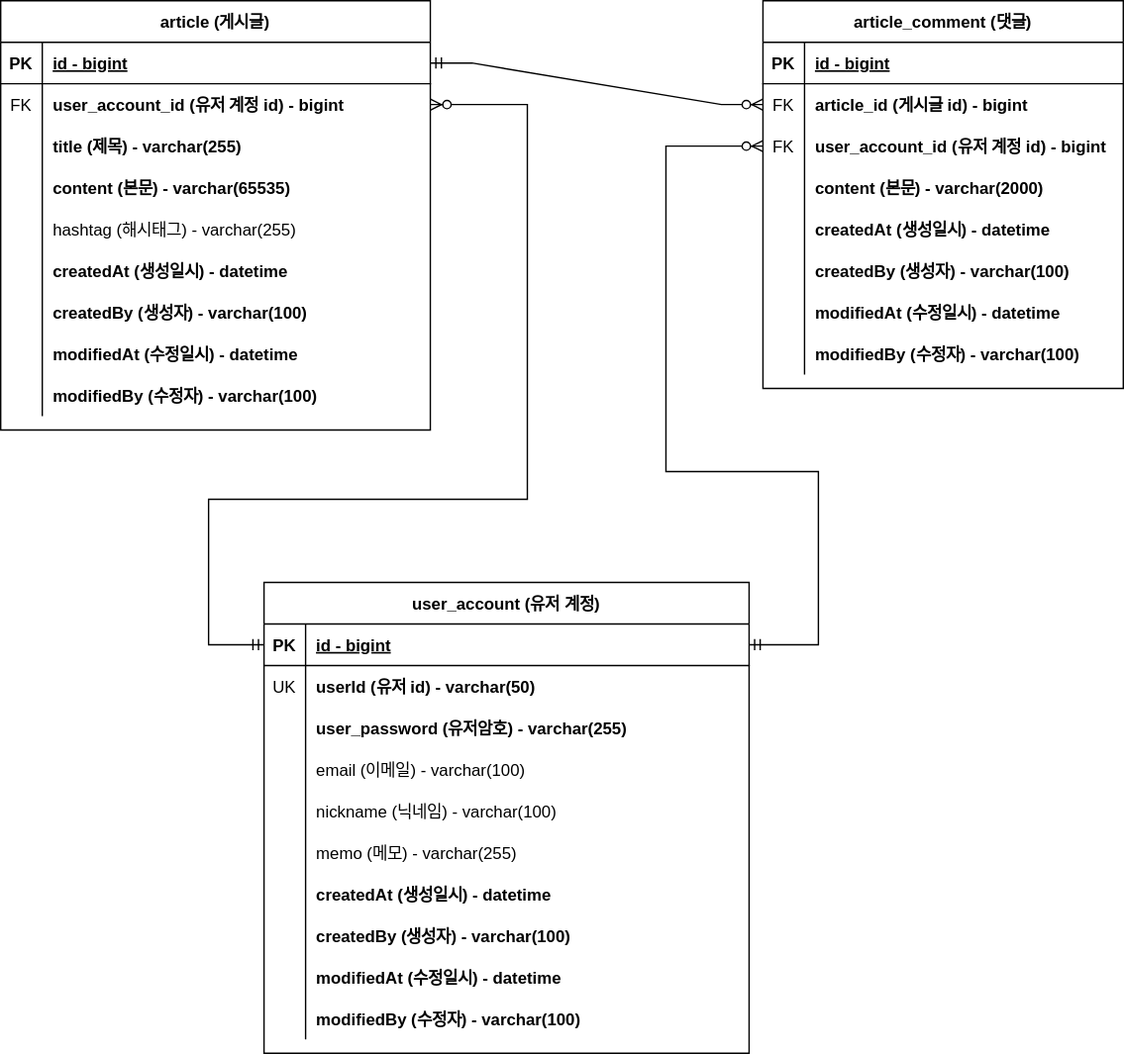
Earlier version of the draw.io export document/project-board-erd.svg (qwer7824/fastcampus-project-board). Source tidied: cells renumbered, new cells last; positions are measured from the earlier drawing's top-left corner, leaving out a move shared by most shapes.
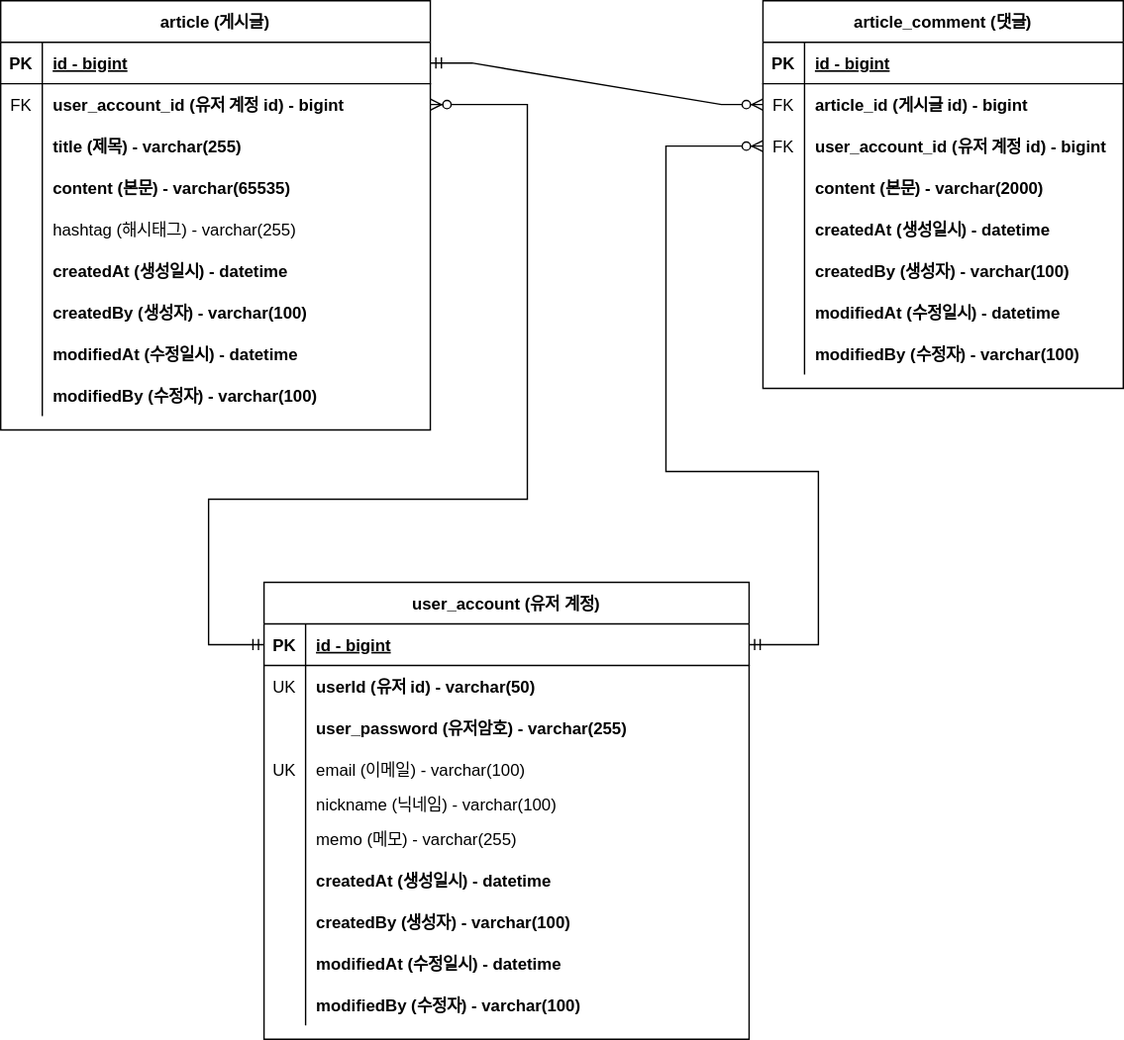
The same diagram one commit later.

Commit message:
#27 - erd 업데이트: 회원 계정 도메인의 이메일에 유니크 키 추가

The edit, as a diff of the source:
```diff
@@ -165,7 +165,7 @@
       <mxGeometry relative="1" as="geometry" />
     </mxCell>
     <mxCell id="56" value="user_account (유저 계정)" style="shape=table;startSize=30;rowLines=0;fontStyle=1;align=center;" parent="1" vertex="1">
-      <mxGeometry x="190" y="420" width="350" height="340" as="geometry" />
+      <mxGeometry x="190" y="420" width="350" height="330" as="geometry" />
     </mxCell>
     <mxCell id="57" style="shape=tableRow;horizontal=0;startSize=0;swimlaneHead=0;swimlaneBody=0;fillColor=none;points=[[0,0.5],[1,0.5]];portConstraint=eastwest;top=0;left=0;right=0;bottom=1;" parent="56" vertex="1">
       <mxGeometry y="30" width="350" height="30" as="geometry" />
@@ -197,23 +197,23 @@
     <mxCell id="66" style="shape=tableRow;horizontal=0;startSize=0;swimlaneHead=0;swimlaneBody=0;fillColor=none;top=0;left=0;right=0;bottom=0;" parent="56" vertex="1">
       <mxGeometry y="120" width="350" height="30" as="geometry" />
     </mxCell>
-    <mxCell id="67" style="shape=partialRectangle;fillColor=none;top=0;left=0;bottom=0;right=0;overflow=hidden;" parent="66" vertex="1">
+    <mxCell id="67" value="UK" style="shape=partialRectangle;fillColor=none;top=0;left=0;bottom=0;right=0;overflow=hidden;" parent="66" vertex="1">
       <mxGeometry width="30" height="30" as="geometry" />
     </mxCell>
     <mxCell id="68" value="email (이메일) - varchar(100)" style="shape=partialRectangle;fillColor=none;top=0;left=0;bottom=0;right=0;align=left;spacingLeft=6;overflow=hidden;" parent="66" vertex="1">
       <mxGeometry x="30" width="320" height="30" as="geometry" />
     </mxCell>
     <mxCell id="69" style="shape=tableRow;horizontal=0;startSize=0;swimlaneHead=0;swimlaneBody=0;fillColor=none;top=0;left=0;right=0;bottom=0;" parent="56" vertex="1">
-      <mxGeometry y="150" width="350" height="30" as="geometry" />
+      <mxGeometry y="150" width="350" height="20" as="geometry" />
     </mxCell>
     <mxCell id="70" style="shape=partialRectangle;fillColor=none;top=0;left=0;bottom=0;right=0;overflow=hidden;" parent="69" vertex="1">
-      <mxGeometry width="30" height="30" as="geometry" />
+      <mxGeometry width="30" height="20" as="geometry" />
     </mxCell>
     <mxCell id="71" value="nickname (닉네임) - varchar(100)" style="shape=partialRectangle;fillColor=none;top=0;left=0;bottom=0;right=0;align=left;spacingLeft=6;overflow=hidden;" parent="69" vertex="1">
-      <mxGeometry x="30" width="320" height="30" as="geometry" />
+      <mxGeometry x="30" width="320" height="20" as="geometry" />
     </mxCell>
     <mxCell id="72" style="shape=tableRow;horizontal=0;startSize=0;swimlaneHead=0;swimlaneBody=0;fillColor=none;top=0;left=0;right=0;bottom=0;" parent="56" vertex="1">
-      <mxGeometry y="180" width="350" height="30" as="geometry" />
+      <mxGeometry y="170" width="350" height="30" as="geometry" />
     </mxCell>
     <mxCell id="73" style="shape=partialRectangle;fillColor=none;top=0;left=0;bottom=0;right=0;overflow=hidden;" parent="72" vertex="1">
       <mxGeometry width="30" height="30" as="geometry" />
@@ -222,7 +222,7 @@
       <mxGeometry x="30" width="320" height="30" as="geometry" />
     </mxCell>
     <mxCell id="75" style="shape=tableRow;horizontal=0;startSize=0;swimlaneHead=0;swimlaneBody=0;fillColor=none;top=0;left=0;right=0;bottom=0;" parent="56" vertex="1">
-      <mxGeometry y="210" width="350" height="30" as="geometry" />
+      <mxGeometry y="200" width="350" height="30" as="geometry" />
     </mxCell>
     <mxCell id="76" style="shape=partialRectangle;fillColor=none;top=0;left=0;bottom=0;right=0;overflow=hidden;" parent="75" vertex="1">
       <mxGeometry width="30" height="30" as="geometry" />
@@ -231,7 +231,7 @@
       <mxGeometry x="30" width="320" height="30" as="geometry" />
     </mxCell>
     <mxCell id="78" style="shape=tableRow;horizontal=0;startSize=0;swimlaneHead=0;swimlaneBody=0;fillColor=none;top=0;left=0;right=0;bottom=0;" parent="56" vertex="1">
-      <mxGeometry y="240" width="350" height="30" as="geometry" />
+      <mxGeometry y="230" width="350" height="30" as="geometry" />
     </mxCell>
     <mxCell id="79" style="shape=partialRectangle;fillColor=none;top=0;left=0;bottom=0;right=0;overflow=hidden;" parent="78" vertex="1">
       <mxGeometry width="30" height="30" as="geometry" />
@@ -240,7 +240,7 @@
       <mxGeometry x="30" width="320" height="30" as="geometry" />
     </mxCell>
     <mxCell id="81" style="shape=tableRow;horizontal=0;startSize=0;swimlaneHead=0;swimlaneBody=0;fillColor=none;top=0;left=0;right=0;bottom=0;" parent="56" vertex="1">
-      <mxGeometry y="270" width="350" height="30" as="geometry" />
+      <mxGeometry y="260" width="350" height="30" as="geometry" />
     </mxCell>
     <mxCell id="82" style="shape=partialRectangle;fillColor=none;top=0;left=0;bottom=0;right=0;overflow=hidden;" parent="81" vertex="1">
       <mxGeometry width="30" height="30" as="geometry" />
@@ -249,7 +249,7 @@
       <mxGeometry x="30" width="320" height="30" as="geometry" />
     </mxCell>
     <mxCell id="84" style="shape=tableRow;horizontal=0;startSize=0;swimlaneHead=0;swimlaneBody=0;fillColor=none;top=0;left=0;right=0;bottom=0;" parent="56" vertex="1">
-      <mxGeometry y="300" width="350" height="30" as="geometry" />
+      <mxGeometry y="290" width="350" height="30" as="geometry" />
     </mxCell>
     <mxCell id="85" style="shape=partialRectangle;fillColor=none;top=0;left=0;bottom=0;right=0;overflow=hidden;" parent="84" vertex="1">
       <mxGeometry width="30" height="30" as="geometry" />
```
